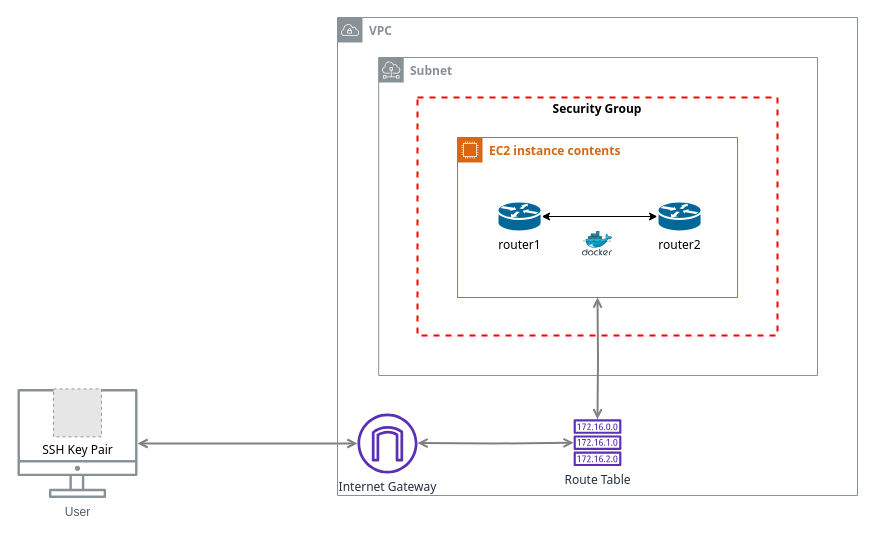
nleiva/aws-testbed keeps this draw.io diagram as pictures/aws.drawio. Above is the earlier version. Source tidied: cells renumbered, new cells numbered last; positions are measured from the earlier drawing's top-left corner, leaving out a move shared by most shapes. Both pictures are drawn from the tidied source at 100%, with x=0, y=0 at pixel (17, 17). Pictures stored in the file or linked from it are replaced by grey dashed boxes.
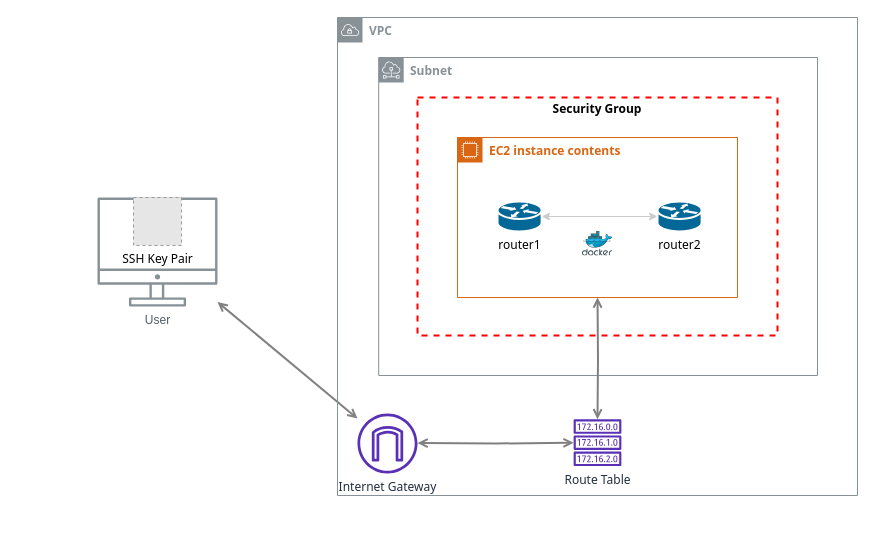
Above is the later version.

The edit, as a diff of the source:
```diff
@@
 <mxGraphModel>
   <root>
     <mxCell id="0" />
     <mxCell id="1" parent="0" />
     <mxCell id="2" value="Security Group" style="fontStyle=1;verticalAlign=top;align=center;spacingTop=-2;fillColor=none;rounded=0;whiteSpace=wrap;html=1;strokeColor=#FF0000;strokeWidth=2;dashed=1;fontFamily=Tahoma;" parent="1" vertex="1">
       <mxGeometry x="400" y="80" width="360" height="238" as="geometry" />
     </mxCell>
     <mxCell id="3" value="EC2 instance contents" style="gradientColor=none;html=1;whiteSpace=wrap;fontSize=12;fontStyle=1;shape=mxgraph.aws4.group;grIcon=mxgraph.aws4.group_ec2_instance_contents;strokeColor=#D86613;fillColor=none;verticalAlign=top;align=left;spacingLeft=30;fontColor=#D86613;dashed=0;fontFamily=Tahoma;" parent="2" vertex="1">
       <mxGeometry x="40" y="40" width="280" height="160" as="geometry" />
     </mxCell>
-    <mxCell id="4" style="edgeStyle=orthogonalEdgeStyle;rounded=0;jettySize=auto;html=1;startArrow=open;startFill=0;endArrow=open;endFill=0;strokeWidth=2;strokeColor=#808080;" parent="1" edge="1" source="5" target="8">
+    <mxCell id="4" style="rounded=0;jettySize=auto;html=1;startArrow=open;startFill=0;endArrow=open;endFill=0;strokeWidth=2;strokeColor=#808080;" parent="1" edge="1" source="5" target="8">
       <mxGeometry relative="1" as="geometry" />
     </mxCell>
     <mxCell id="5" value="User" style="outlineConnect=0;gradientColor=none;fontColor=#545B64;strokeColor=none;fillColor=#879196;dashed=0;verticalLabelPosition=bottom;verticalAlign=top;align=center;html=1;fontSize=12;fontStyle=0;shape=mxgraph.aws4.illustration_desktop;labelBackgroundColor=#ffffff;" parent="1" vertex="1">
-      <mxGeometry y="371.4" width="120" height="109.2" as="geometry" />
+      <mxGeometry x="80" y="180" width="120" height="109.2" as="geometry" />
     </mxCell>
     <mxCell id="6" value="&lt;font face=&quot;Tahoma&quot;&gt;&lt;b&gt;Subnet&lt;/b&gt;&lt;/font&gt;" style="gradientColor=none;html=1;whiteSpace=wrap;fontSize=12;fontStyle=0;shape=mxgraph.aws4.group;grIcon=mxgraph.aws4.group_subnet;strokeColor=#879196;fillColor=none;verticalAlign=top;align=left;spacingLeft=30;fontColor=#879196;dashed=0;" parent="1" vertex="1">
       <mxGeometry x="361.2" y="40" width="438.8" height="318" as="geometry" />
     </mxCell>
     <mxCell id="7" value="&lt;font&gt;&lt;span&gt;VPC&lt;/span&gt;&lt;/font&gt;" style="gradientColor=none;html=1;whiteSpace=wrap;fontSize=12;fontStyle=1;shape=mxgraph.aws4.group;grIcon=mxgraph.aws4.group_vpc;strokeColor=#879196;fillColor=none;verticalAlign=top;align=left;spacingLeft=30;fontColor=#879196;dashed=0;fontFamily=Tahoma;" parent="1" vertex="1">
       <mxGeometry x="320" width="520" height="478" as="geometry" />
     </mxCell>
     <mxCell id="8" value="&lt;font face=&quot;Tahoma&quot;&gt;Internet Gateway&lt;/font&gt;" style="outlineConnect=0;fontColor=#232F3E;gradientColor=none;fillColor=#5A30B5;strokeColor=none;dashed=0;verticalLabelPosition=bottom;verticalAlign=top;align=center;html=1;fontSize=12;fontStyle=0;shape=mxgraph.aws4.internet_gateway;" parent="1" vertex="1">
       <mxGeometry x="340" y="396" width="60" height="60" as="geometry" />
     </mxCell>
     <mxCell id="9" value="&lt;font face=&quot;Tahoma&quot;&gt;Route Table&lt;/font&gt;" style="outlineConnect=0;fontColor=#232F3E;gradientColor=none;fillColor=#5A30B5;strokeColor=none;dashed=0;verticalLabelPosition=bottom;verticalAlign=top;align=center;html=1;fontSize=12;fontStyle=0;shape=mxgraph.aws4.route_table;" parent="1" vertex="1">
       <mxGeometry x="556" y="401.8" width="48" height="46.8" as="geometry" />
     </mxCell>
-    <mxCell id="10" style="rounded=0;jettySize=auto;html=1;startArrow=classic;startFill=1;fontFamily=Tahoma;fontStyle=1;" parent="1" edge="1" source="15" target="14">
+    <mxCell id="10" style="rounded=0;jettySize=auto;html=1;startArrow=classic;startFill=1;fontFamily=Tahoma;fontStyle=1;strokeColor=#CCCCCC;" parent="1" edge="1" source="15" target="14">
       <mxGeometry relative="1" as="geometry" />
     </mxCell>
     <mxCell id="11" style="html=1;align=center;image;fontSize=12;image=img/lib/mscae/Docker.svg;fontFamily=Tahoma;" parent="1" vertex="1">
       <mxGeometry x="565" y="214" width="30.1" height="24.6" as="geometry" />
     </mxCell>
     <mxCell id="12" style="edgeStyle=orthogonalEdgeStyle;rounded=0;jettySize=auto;html=1;startArrow=open;startFill=0;endArrow=open;endFill=0;strokeWidth=2;strokeColor=#808080;" parent="1" edge="1" target="9">
       <mxGeometry relative="1" as="geometry">
         <mxPoint x="400" y="425.5" as="sourcePoint" />
       </mxGeometry>
     </mxCell>
     <mxCell id="13" style="edgeStyle=orthogonalEdgeStyle;rounded=0;jettySize=auto;html=1;startArrow=open;startFill=0;endArrow=open;endFill=0;strokeWidth=2;strokeColor=#808080;" parent="1" edge="1" target="9">
       <mxGeometry relative="1" as="geometry">
         <mxPoint x="580" y="280" as="sourcePoint" />
       </mxGeometry>
     </mxCell>
     <mxCell id="14" value="&lt;font&gt;router2&lt;/font&gt;" style="shape=mxgraph.cisco.routers.router;html=1;dashed=0;fillColor=#036897;strokeColor=#ffffff;strokeWidth=2;verticalLabelPosition=bottom;verticalAlign=top;align=center;outlineConnect=0;fontFamily=Tahoma;" parent="1" vertex="1">
       <mxGeometry x="640" y="184" width="44.1" height="30" as="geometry" />
     </mxCell>
     <mxCell id="15" value="&lt;font&gt;router1&lt;/font&gt;" style="shape=mxgraph.cisco.routers.router;html=1;dashed=0;fillColor=#036897;strokeColor=#ffffff;strokeWidth=2;verticalLabelPosition=bottom;verticalAlign=top;align=center;outlineConnect=0;fontFamily=Tahoma;" parent="1" vertex="1">
       <mxGeometry x="480" y="184" width="44.1" height="30" as="geometry" />
     </mxCell>
     <mxCell id="16" value="&lt;font face=&quot;Tahoma&quot;&gt;SSH Key Pair&lt;/font&gt;" style="fillColor=#E6E6E6;strokeColor=#999999;dashed=1;html=1;verticalAlign=top;verticalLabelPosition=bottom;labelBackgroundColor=#ffffff;" parent="1" vertex="1">
-      <mxGeometry x="36" y="371.4" width="48" height="48" as="geometry" />
+      <mxGeometry x="116" y="180" width="48" height="48" as="geometry" />
     </mxCell>
   </root>
 </mxGraphModel>
```
